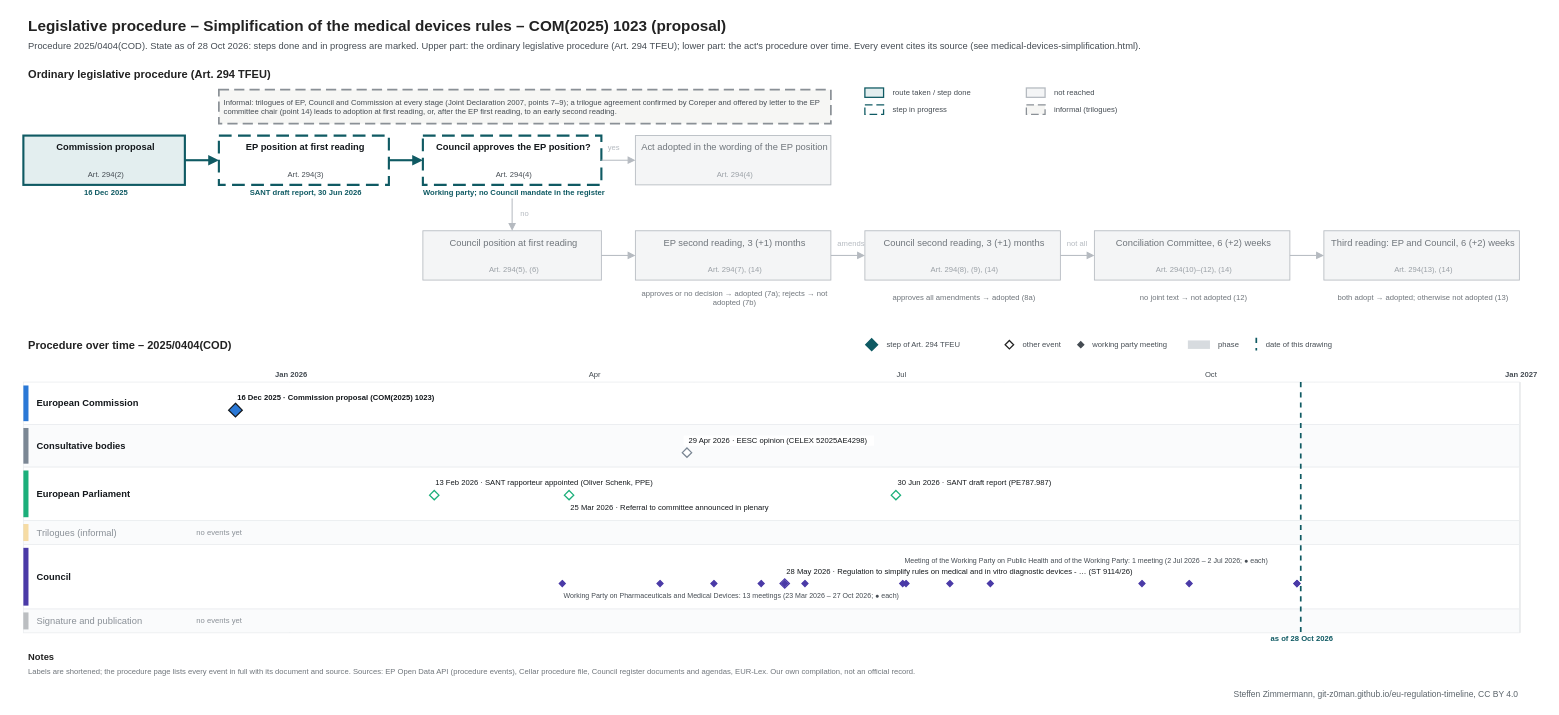
git-z0man/eu-regulation-timeline keeps this draw.io diagram as procedures/medical-devices-simplification.drawio. Above is the earlier version. Source tidied: cells renumbered, new cells numbered last; positions are measured from the earlier drawing's top-left corner, leaving out a move shared by most shapes. Both pictures are drawn from the tidied source at 85%, with x=0, y=0 at pixel (14, 14).
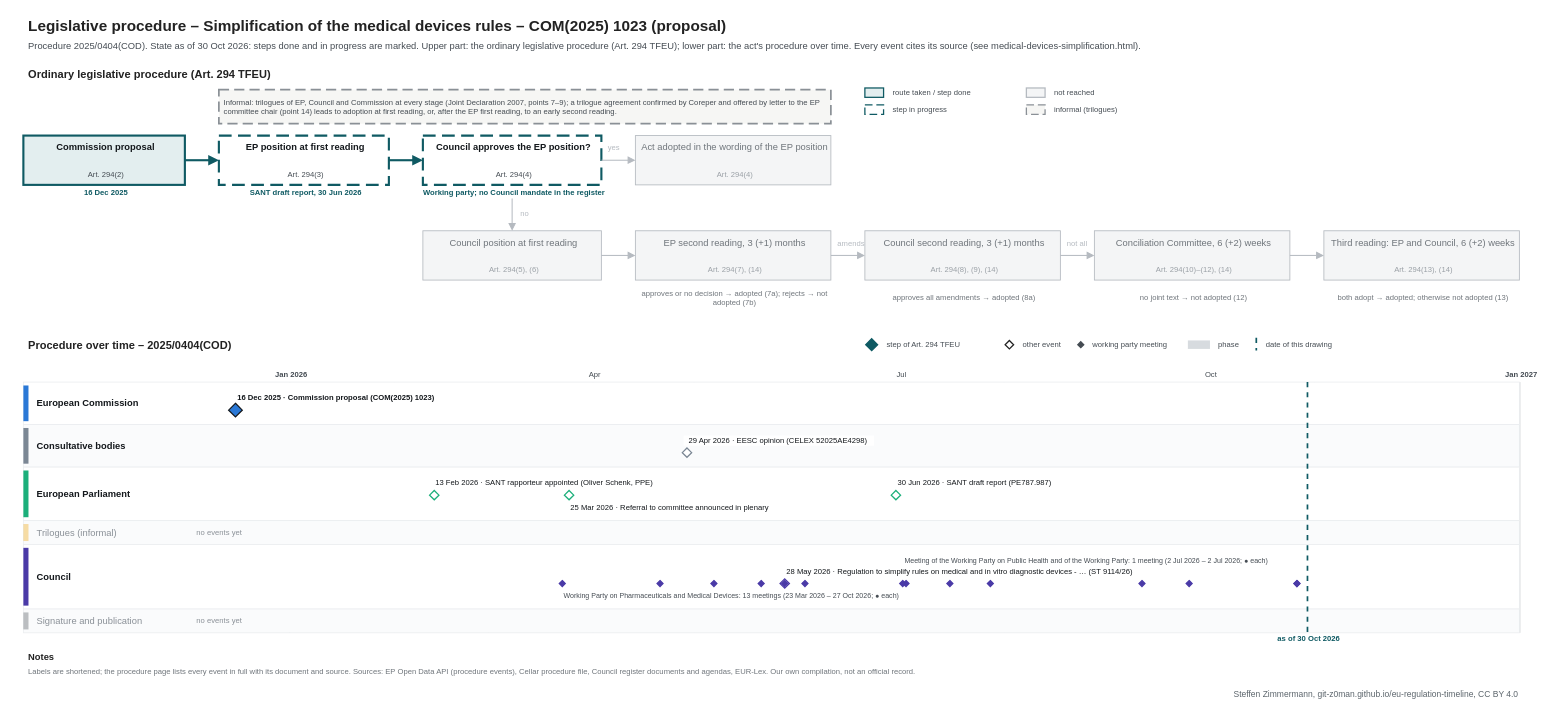
Above is the later version.

Change to the diagram source:
```diff
@@
-    <mxCell id="3" value="Procedure 2025/0404(COD). State as of 28 Oct 2026: steps done and in progress are marked. Upper part: the ordinary legislative procedure (Art. 294 TFEU); lower part: the act's procedure over time. Every event cites its source (see medical-devices-simplification.html)." style="text;html=1;fontSize=11;fontColor=#454c53;align=left;verticalAlign=middle;spacingLeft=4;" parent="1" vertex="1">
+    <mxCell id="3" value="Procedure 2025/0404(COD). State as of 30 Oct 2026: steps done and in progress are marked. Upper part: the ordinary legislative procedure (Art. 294 TFEU); lower part: the act's procedure over time. Every event cites its source (see medical-devices-simplification.html)." style="text;html=1;fontSize=11;fontColor=#454c53;align=left;verticalAlign=middle;spacingLeft=4;" parent="1" vertex="1">
       <mxGeometry x="10" y="28" width="1700" height="18" as="geometry" />
     </mxCell>
@@
     <mxCell id="111" style="line;html=1;strokeWidth=2;strokeColor=#0f5a63;direction=south;dashed=1;" parent="1" vertex="1">
-      <mxGeometry x="1512.3" y="432" width="1" height="295" as="geometry" />
+      <mxGeometry x="1520.2" y="432" width="1" height="295" as="geometry" />
     </mxCell>
-    <mxCell id="112" value="as of 28 Oct 2026" style="text;html=1;fontSize=9;fontColor=#0f5a63;align=center;verticalAlign=middle;spacingLeft=4;fontStyle=1;" parent="1" vertex="1">
-      <mxGeometry x="1452.3" y="728" width="120" height="12" as="geometry" />
+    <mxCell id="112" value="as of 30 Oct 2026" style="text;html=1;fontSize=9;fontColor=#0f5a63;align=center;verticalAlign=middle;spacingLeft=4;fontStyle=1;" parent="1" vertex="1">
+      <mxGeometry x="1460.2" y="728" width="120" height="12" as="geometry" />
     </mxCell>
```
